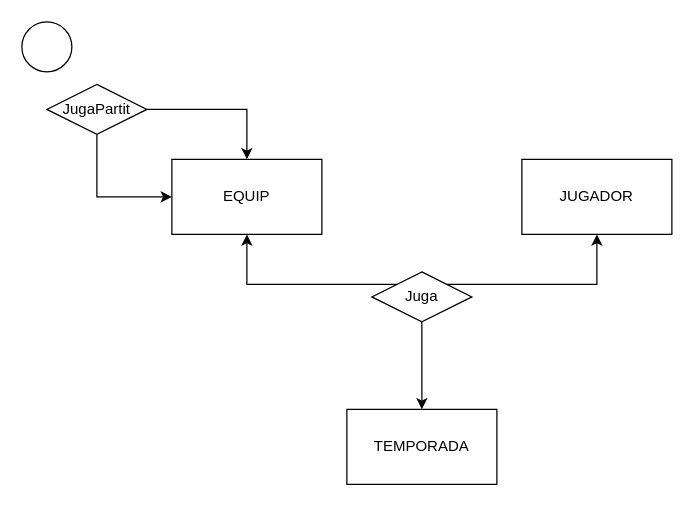
Above: Ejercicio-2.drawio in KyPH-Phoenix/Base-de-dades-GS2021 (draw.io), before the change. Source tidied: cells renumbered, new cells numbered last; positions are measured from the earlier drawing's top-left corner, leaving out a move shared by most shapes. Both pictures are drawn from the tidied source at 125%, with x=0, y=0 at pixel (21, 21).
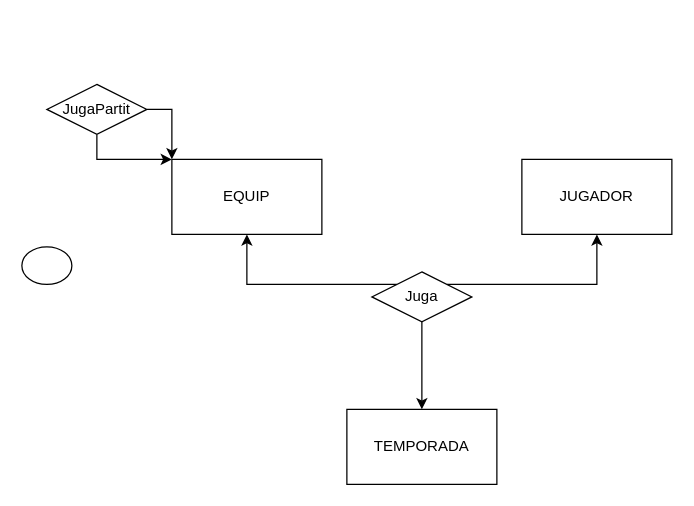
Above is the later version.

The edit, as a diff of the source:
```diff
@@
 <mxGraphModel>
   <root>
     <mxCell id="0" />
     <mxCell id="1" parent="0" />
     <mxCell id="2" value="EQUIP" style="rounded=0;whiteSpace=wrap;html=1;" parent="1" vertex="1">
       <mxGeometry x="120" y="110" width="120" height="60" as="geometry" />
     </mxCell>
     <mxCell id="3" value="JUGADOR" style="rounded=0;whiteSpace=wrap;html=1;" parent="1" vertex="1">
       <mxGeometry x="400" y="110" width="120" height="60" as="geometry" />
     </mxCell>
     <mxCell id="4" value="TEMPORADA" style="rounded=0;whiteSpace=wrap;html=1;" parent="1" vertex="1">
       <mxGeometry x="260" y="310" width="120" height="60" as="geometry" />
     </mxCell>
     <mxCell id="5" style="edgeStyle=orthogonalEdgeStyle;rounded=0;jettySize=auto;html=1;exitX=1;exitY=0;exitDx=0;exitDy=0;entryX=0.5;entryY=1;entryDx=0;entryDy=0;" parent="1" edge="1" source="8" target="3">
       <mxGeometry relative="1" as="geometry" />
     </mxCell>
     <mxCell id="6" style="edgeStyle=orthogonalEdgeStyle;rounded=0;jettySize=auto;html=1;exitX=0;exitY=0;exitDx=0;exitDy=0;entryX=0.5;entryY=1;entryDx=0;entryDy=0;" parent="1" edge="1" source="8" target="2">
       <mxGeometry relative="1" as="geometry" />
     </mxCell>
     <mxCell id="7" style="edgeStyle=orthogonalEdgeStyle;rounded=0;jettySize=auto;html=1;exitX=0.5;exitY=1;exitDx=0;exitDy=0;" parent="1" edge="1" source="8" target="4">
       <mxGeometry relative="1" as="geometry" />
     </mxCell>
     <mxCell id="8" value="Juga" style="rhombus;whiteSpace=wrap;html=1;" parent="1" vertex="1">
       <mxGeometry x="280" y="200" width="80" height="40" as="geometry" />
     </mxCell>
-    <mxCell id="9" style="edgeStyle=orthogonalEdgeStyle;rounded=0;jettySize=auto;html=1;exitX=0.5;exitY=1;exitDx=0;exitDy=0;entryX=0;entryY=0.5;entryDx=0;entryDy=0;" parent="1" edge="1" source="11" target="2">
+    <mxCell id="9" style="edgeStyle=orthogonalEdgeStyle;rounded=0;jettySize=auto;html=1;exitX=0.5;exitY=1;exitDx=0;exitDy=0;entryX=0;entryY=0;entryDx=0;entryDy=0;" parent="1" edge="1" source="11" target="2">
       <mxGeometry relative="1" as="geometry" />
     </mxCell>
-    <mxCell id="10" style="edgeStyle=orthogonalEdgeStyle;rounded=0;jettySize=auto;html=1;exitX=1;exitY=0.5;exitDx=0;exitDy=0;entryX=0.5;entryY=0;entryDx=0;entryDy=0;" parent="1" edge="1" source="11" target="2">
+    <mxCell id="10" style="edgeStyle=orthogonalEdgeStyle;rounded=0;jettySize=auto;html=1;exitX=1;exitY=0.5;exitDx=0;exitDy=0;entryX=0;entryY=0;entryDx=0;entryDy=0;" parent="1" edge="1" source="11" target="2">
       <mxGeometry relative="1" as="geometry" />
     </mxCell>
     <mxCell id="11" value="JugaPartit" style="rhombus;whiteSpace=wrap;html=1;" parent="1" vertex="1">
       <mxGeometry x="20" y="50" width="80" height="40" as="geometry" />
     </mxCell>
     <mxCell id="12" style="ellipse;whiteSpace=wrap;html=1;" parent="1" vertex="1">
-      <mxGeometry width="40" height="40" as="geometry" />
+      <mxGeometry y="180" width="40" height="30" as="geometry" />
     </mxCell>
   </root>
 </mxGraphModel>
```
